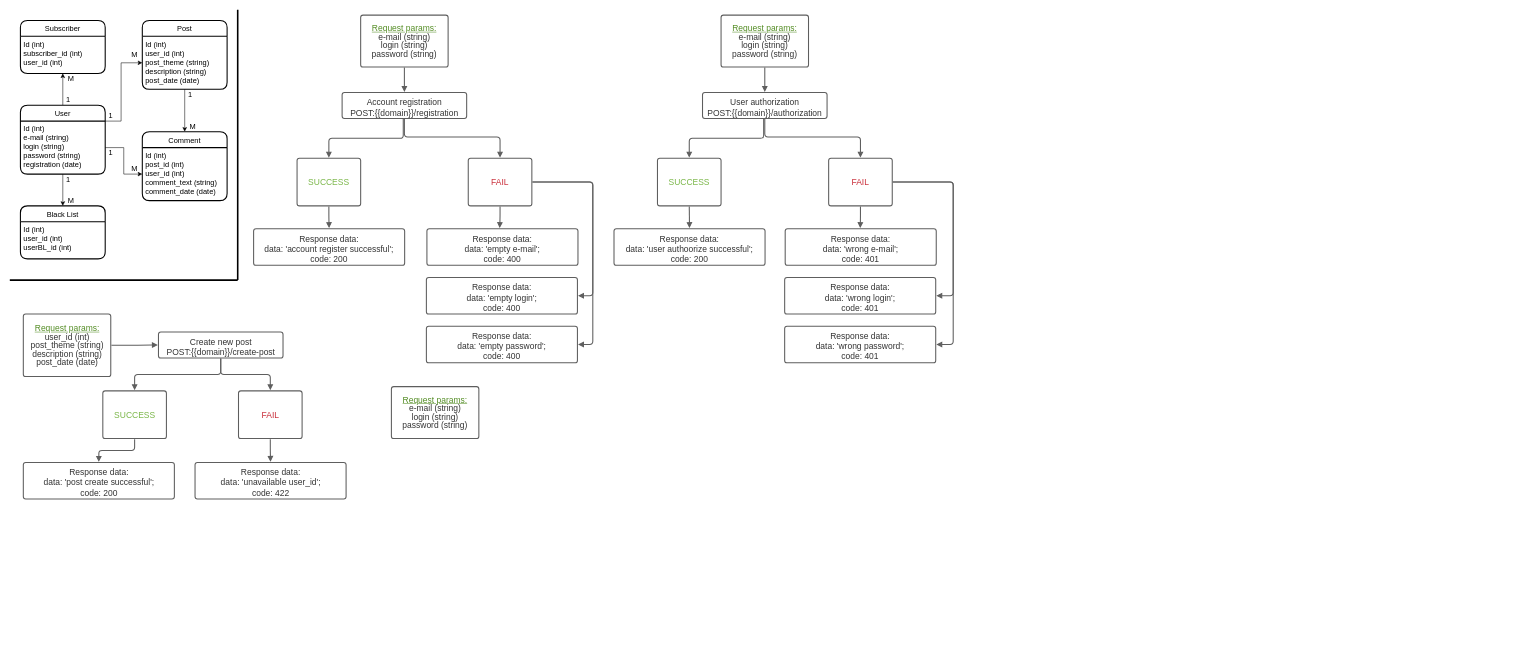
The draw.io diagram Untitled Diagram.drawio in OkGogl/SmartWorld_Exs, before the edit. Source tidied: cells renumbered, new cells numbered last; positions are measured from the earlier drawing's top-left corner, leaving out a move shared by most shapes. Both pictures are drawn from the tidied source at 53%, with x=0, y=0 at pixel (10, 10).
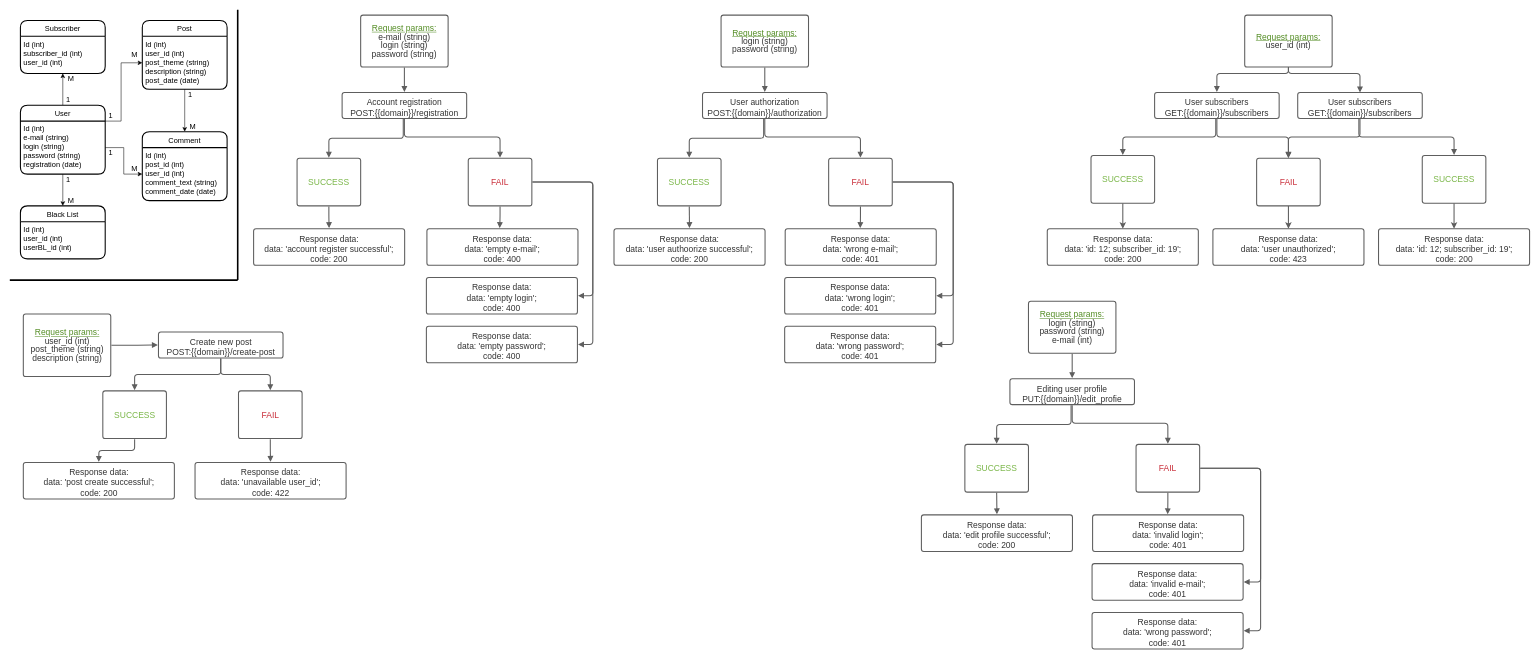
Above is the later version.

Diff of the diagram source:
```diff
@@
-    <mxCell id="44" value="&lt;div style=&quot;display: flex; justify-content: center; text-align: center; align-items: baseline; font-size: 0; line-height: 1;&quot;&gt;&lt;span style=&quot;font-size:11px;&quot;&gt;&lt;span style=&quot;font-size:16px;color:#548d25;text-decoration: underline;&quot;&gt;Request params:&lt;/span&gt;&lt;span style=&quot;font-size:16px;color:#333333;&quot;&gt;&#10;e-mail (string)&#10;login (string)&#10;password (string)&lt;/span&gt;&lt;/span&gt;&lt;/div&gt;" style="html=1;overflow=block;blockSpacing=1;whiteSpace=wrap;whiteSpace=wrap;fontSize=11;spacing=9;strokeColor=#5e5e5e;strokeOpacity=100;rounded=1;absoluteArcSize=1;arcSize=9;strokeWidth=2;" parent="1" vertex="1">
+    <mxCell id="44" value="&lt;div style=&quot;display: flex ; justify-content: center ; text-align: center ; align-items: baseline ; font-size: 0 ; line-height: 1&quot;&gt;&lt;span style=&quot;font-size: 11px&quot;&gt;&lt;span style=&quot;font-size: 16px ; color: #548d25 ; text-decoration: underline&quot;&gt;Request params:&lt;/span&gt;&lt;span style=&quot;font-size: 16px ; color: #333333&quot;&gt;&lt;br&gt;login (string)&lt;br&gt;password (string)&lt;/span&gt;&lt;/span&gt;&lt;/div&gt;" style="html=1;overflow=block;blockSpacing=1;whiteSpace=wrap;whiteSpace=wrap;fontSize=11;spacing=9;strokeColor=#5e5e5e;strokeOpacity=100;rounded=1;absoluteArcSize=1;arcSize=9;strokeWidth=2;" parent="1" vertex="1">
       <mxGeometry x="1342" y="10" width="165" height="98" as="geometry" />
     </mxCell>
@@
-    <mxCell id="59" value="&lt;div style=&quot;display: flex; justify-content: center; text-align: center; align-items: baseline; font-size: 0; line-height: 1;&quot;&gt;&lt;span style=&quot;font-size:11px;&quot;&gt;&lt;span style=&quot;font-size:16px;color:#548d25;text-decoration: underline;&quot;&gt;Request params:&lt;/span&gt;&lt;span style=&quot;font-size:16px;color:#333333;&quot;&gt;&#10;user_id (int)&#10;post_theme (string)&#10;description (string)&#10;post_date (date)&lt;/span&gt;&lt;/span&gt;&lt;/div&gt;" style="html=1;overflow=block;blockSpacing=1;whiteSpace=wrap;whiteSpace=wrap;fontSize=11;spacing=9;strokeColor=#5e5e5e;strokeOpacity=100;rounded=1;absoluteArcSize=1;arcSize=9;strokeWidth=2;" parent="1" vertex="1">
+    <mxCell id="59" value="&lt;div style=&quot;display: flex ; justify-content: center ; text-align: center ; align-items: baseline ; font-size: 0 ; line-height: 1&quot;&gt;&lt;span style=&quot;font-size: 11px&quot;&gt;&lt;span style=&quot;font-size: 16px ; color: #548d25 ; text-decoration: underline&quot;&gt;Request params:&lt;/span&gt;&lt;span style=&quot;font-size: 16px ; color: #333333&quot;&gt;&lt;br&gt;user_id (int)&lt;br&gt;post_theme (string)&lt;br&gt;description (string)&lt;/span&gt;&lt;/span&gt;&lt;/div&gt;" style="html=1;overflow=block;blockSpacing=1;whiteSpace=wrap;whiteSpace=wrap;fontSize=11;spacing=9;strokeColor=#5e5e5e;strokeOpacity=100;rounded=1;absoluteArcSize=1;arcSize=9;strokeWidth=2;" parent="1" vertex="1">
       <mxGeometry x="25.5" y="574" width="165" height="118" as="geometry" />
     </mxCell>
@@
-    <mxCell id="70" value="&lt;div style=&quot;display: flex; justify-content: center; text-align: center; align-items: baseline; font-size: 0; line-height: 1;&quot;&gt;&lt;span style=&quot;font-size:11px;&quot;&gt;&lt;span style=&quot;font-size:16px;color:#548d25;text-decoration: underline;&quot;&gt;Request params:&lt;/span&gt;&lt;span style=&quot;font-size:16px;color:#333333;&quot;&gt;&#10;e-mail (string)&#10;login (string)&#10;password (string)&lt;/span&gt;&lt;/span&gt;&lt;/div&gt;" style="html=1;overflow=block;blockSpacing=1;whiteSpace=wrap;whiteSpace=wrap;fontSize=11;spacing=9;strokeColor=#5e5e5e;strokeOpacity=100;rounded=1;absoluteArcSize=1;arcSize=9;strokeWidth=2;" parent="1" vertex="1">
-      <mxGeometry x="720" y="711" width="165" height="98" as="geometry" />
-    </mxCell>
+    <mxCell id="71" value="&lt;div style=&quot;display: flex ; justify-content: center ; text-align: center ; align-items: baseline ; font-size: 0 ; line-height: 1&quot;&gt;&lt;span style=&quot;font-size: 11px&quot;&gt;&lt;span style=&quot;font-size: 16px ; color: #548d25 ; text-decoration: underline&quot;&gt;Request params:&lt;/span&gt;&lt;span style=&quot;font-size: 16px ; color: #333333&quot;&gt;&lt;br&gt;user_id (int)&lt;/span&gt;&lt;/span&gt;&lt;/div&gt;" style="html=1;overflow=block;blockSpacing=1;whiteSpace=wrap;whiteSpace=wrap;fontSize=11;spacing=9;strokeColor=#5e5e5e;strokeOpacity=100;rounded=1;absoluteArcSize=1;arcSize=9;strokeWidth=2;" parent="1" vertex="1">
+      <mxGeometry x="2330" y="10" width="165" height="98" as="geometry" />
+    </mxCell>
+    <mxCell id="72" value="User subscribers&lt;br&gt;GET:{{domain}}/subscribers" style="html=1;overflow=block;blockSpacing=1;whiteSpace=wrap;whiteSpace=wrap;fontSize=16;fontColor=#333333;spacing=9;strokeColor=#5e5e5e;strokeOpacity=100;rounded=1;absoluteArcSize=1;arcSize=9;strokeWidth=2;" parent="1" vertex="1">
+      <mxGeometry x="2160" y="156" width="235" height="49" as="geometry" />
+    </mxCell>
+    <mxCell id="73" style="html=1;jettySize=18;whiteSpace=wrap;fontSize=11;strokeColor=#5E5E5E;strokeWidth=2;rounded=1;arcSize=12;edgeStyle=orthogonalEdgeStyle;startArrow=none;endArrow=block;endFill=1;exitX=0.5;exitY=1.011;exitPerimeter=0;entryX=0.5;entryY=-0.023;entryPerimeter=0;" parent="1" edge="1" source="71" target="72">
+      <mxGeometry relative="1" as="geometry">
+        <Array as="points">
+          <mxPoint x="2413" y="120" />
+          <mxPoint x="2278" y="120" />
+        </Array>
+      </mxGeometry>
+    </mxCell>
+    <mxCell id="74" style="edgeStyle=orthogonalEdgeStyle;rounded=1;jettySize=auto;html=1;entryX=0.5;entryY=0;entryDx=0;entryDy=0;strokeWidth=2;strokeColor=#5E5E5E;" parent="1" edge="1" source="75" target="80">
+      <mxGeometry relative="1" as="geometry" />
+    </mxCell>
+    <mxCell id="75" value="SUCCESS" style="html=1;overflow=block;blockSpacing=1;whiteSpace=wrap;whiteSpace=wrap;fontSize=16;fontColor=#7ab648;spacing=9;strokeColor=#5e5e5e;strokeOpacity=100;rounded=1;absoluteArcSize=1;arcSize=9;strokeWidth=2;" parent="1" vertex="1">
+      <mxGeometry x="2040" y="275" width="120" height="90" as="geometry" />
+    </mxCell>
+    <mxCell id="76" style="edgeStyle=orthogonalEdgeStyle;rounded=1;jettySize=auto;html=1;entryX=0.5;entryY=0;entryDx=0;entryDy=0;strokeWidth=2;strokeColor=#5e5e5e;" parent="1" edge="1" source="77" target="87">
+      <mxGeometry relative="1" as="geometry" />
+    </mxCell>
+    <mxCell id="77" value="FAIL" style="html=1;overflow=block;blockSpacing=1;whiteSpace=wrap;whiteSpace=wrap;fontSize=16;fontColor=#c92d39;spacing=9;strokeColor=#5e5e5e;strokeOpacity=100;rounded=1;absoluteArcSize=1;arcSize=9;strokeWidth=2;" parent="1" vertex="1">
+      <mxGeometry x="2352.5" y="280" width="120" height="90" as="geometry" />
+    </mxCell>
+    <mxCell id="78" style="html=1;jettySize=18;whiteSpace=wrap;fontSize=11;strokeColor=#5E5E5E;strokeWidth=2;rounded=1;arcSize=12;edgeStyle=orthogonalEdgeStyle;startArrow=none;endArrow=block;endFill=1;exitX=0.491;exitY=1.023;exitPerimeter=0;entryX=0.5;entryY=-0.013;entryPerimeter=0;" parent="1" edge="1" source="72" target="75">
+      <mxGeometry relative="1" as="geometry">
+        <Array as="points">
+          <mxPoint x="2275" y="240" />
+          <mxPoint x="2100" y="240" />
+        </Array>
+      </mxGeometry>
+    </mxCell>
+    <mxCell id="79" style="html=1;jettySize=18;whiteSpace=wrap;fontSize=11;strokeColor=#5E5E5E;strokeWidth=2;rounded=1;arcSize=12;edgeStyle=orthogonalEdgeStyle;startArrow=none;endArrow=block;endFill=1;exitX=0.5;exitY=1.023;exitPerimeter=0;entryX=0.5;entryY=-0.013;entryPerimeter=0;" parent="1" edge="1" source="72" target="77">
+      <mxGeometry relative="1" as="geometry">
+        <Array as="points">
+          <mxPoint x="2278" y="240" />
+          <mxPoint x="2413" y="240" />
+        </Array>
+      </mxGeometry>
+    </mxCell>
+    <mxCell id="80" value="Response data:&lt;br&gt;data: 'id: 12; subscriber_id: 19';&lt;br&gt;code: 200" style="html=1;overflow=block;blockSpacing=1;whiteSpace=wrap;whiteSpace=wrap;fontSize=16;fontColor=#333333;spacing=9;strokeColor=#5e5e5e;strokeOpacity=100;rounded=1;absoluteArcSize=1;arcSize=9;strokeWidth=2;" parent="1" vertex="1">
+      <mxGeometry x="1957.5" y="413" width="285" height="69" as="geometry" />
+    </mxCell>
+    <mxCell id="81" value="User subscribers&lt;br&gt;GET:{{domain}}/subscribers" style="html=1;overflow=block;blockSpacing=1;whiteSpace=wrap;whiteSpace=wrap;fontSize=16;fontColor=#333333;spacing=9;strokeColor=#5e5e5e;strokeOpacity=100;rounded=1;absoluteArcSize=1;arcSize=9;strokeWidth=2;" parent="1" vertex="1">
+      <mxGeometry x="2430" y="156" width="235" height="49" as="geometry" />
+    </mxCell>
+    <mxCell id="82" style="edgeStyle=orthogonalEdgeStyle;rounded=1;jettySize=auto;html=1;strokeColor=#5E5E5E;strokeWidth=2;entryX=0.5;entryY=0;entryDx=0;entryDy=0;" parent="1" edge="1" source="83" target="88">
+      <mxGeometry relative="1" as="geometry" />
+    </mxCell>
+    <mxCell id="83" value="SUCCESS" style="html=1;overflow=block;blockSpacing=1;whiteSpace=wrap;whiteSpace=wrap;fontSize=16;fontColor=#7ab648;spacing=9;strokeColor=#5e5e5e;strokeOpacity=100;rounded=1;absoluteArcSize=1;arcSize=9;strokeWidth=2;" parent="1" vertex="1">
+      <mxGeometry x="2665" y="275" width="120" height="90" as="geometry" />
+    </mxCell>
+    <mxCell id="84" style="html=1;jettySize=18;whiteSpace=wrap;fontSize=11;strokeColor=#5E5E5E;strokeWidth=2;rounded=1;arcSize=12;edgeStyle=orthogonalEdgeStyle;startArrow=none;endArrow=block;endFill=1;exitX=0.491;exitY=1.023;exitPerimeter=0;entryX=0.5;entryY=-0.013;entryPerimeter=0;" parent="1" edge="1" source="81" target="83">
+      <mxGeometry relative="1" as="geometry">
+        <Array as="points">
+          <mxPoint x="2545" y="240" />
+          <mxPoint x="2725" y="240" />
+        </Array>
+      </mxGeometry>
+    </mxCell>
+    <mxCell id="85" style="html=1;jettySize=18;whiteSpace=wrap;fontSize=11;strokeColor=#5E5E5E;strokeWidth=2;rounded=1;arcSize=12;edgeStyle=orthogonalEdgeStyle;startArrow=none;endArrow=block;endFill=1;entryX=0.5;entryY=0;entryDx=0;entryDy=0;exitX=0.5;exitY=1;exitDx=0;exitDy=0;" parent="1" edge="1" source="81" target="77">
+      <mxGeometry relative="1" as="geometry">
+        <Array as="points">
+          <mxPoint x="2548" y="240" />
+          <mxPoint x="2413" y="240" />
+        </Array>
+      </mxGeometry>
+    </mxCell>
+    <mxCell id="86" style="html=1;jettySize=18;whiteSpace=wrap;fontSize=11;strokeColor=#5E5E5E;strokeWidth=2;rounded=1;arcSize=12;edgeStyle=orthogonalEdgeStyle;startArrow=none;endArrow=block;endFill=1;exitX=0.5;exitY=1;exitDx=0;exitDy=0;entryX=0.5;entryY=0;entryDx=0;entryDy=0;" parent="1" edge="1" source="71" target="81">
+      <mxGeometry relative="1" as="geometry">
+        <Array as="points">
+          <mxPoint x="2413" y="120" />
+          <mxPoint x="2548" y="120" />
+        </Array>
+      </mxGeometry>
+    </mxCell>
+    <mxCell id="87" value="Response data:&lt;br&gt;data: 'user unauthorized';&lt;br&gt;code: 423" style="html=1;overflow=block;blockSpacing=1;whiteSpace=wrap;whiteSpace=wrap;fontSize=16;fontColor=#333333;spacing=9;strokeColor=#5e5e5e;strokeOpacity=100;rounded=1;absoluteArcSize=1;arcSize=9;strokeWidth=2;" parent="1" vertex="1">
+      <mxGeometry x="2270" y="413" width="285" height="69" as="geometry" />
+    </mxCell>
+    <mxCell id="88" value="Response data:&lt;br&gt;data: 'id: 12; subscriber_id: 19';&lt;br&gt;code: 200" style="html=1;overflow=block;blockSpacing=1;whiteSpace=wrap;whiteSpace=wrap;fontSize=16;fontColor=#333333;spacing=9;strokeColor=#5e5e5e;strokeOpacity=100;rounded=1;absoluteArcSize=1;arcSize=9;strokeWidth=2;" parent="1" vertex="1">
+      <mxGeometry x="2582.5" y="413" width="285" height="69" as="geometry" />
+    </mxCell>
+    <mxCell id="89" value="&lt;div style=&quot;display: flex ; justify-content: center ; text-align: center ; align-items: baseline ; font-size: 0 ; line-height: 1&quot;&gt;&lt;span style=&quot;font-size: 11px&quot;&gt;&lt;span style=&quot;font-size: 16px ; color: #548d25 ; text-decoration: underline&quot;&gt;Request params:&lt;/span&gt;&lt;span style=&quot;font-size: 16px ; color: #333333&quot;&gt;&lt;br&gt;login (string)&lt;br&gt;password (string)&lt;/span&gt;&lt;/span&gt;&lt;/div&gt;&lt;div style=&quot;display: flex ; justify-content: center ; text-align: center ; align-items: baseline ; font-size: 0 ; line-height: 1&quot;&gt;&lt;span style=&quot;font-size: 11px&quot;&gt;&lt;span style=&quot;font-size: 16px ; color: #333333&quot;&gt;e-mail (int)&lt;br&gt;&lt;/span&gt;&lt;/span&gt;&lt;/div&gt;" style="html=1;overflow=block;blockSpacing=1;whiteSpace=wrap;whiteSpace=wrap;fontSize=11;spacing=9;strokeColor=#5e5e5e;strokeOpacity=100;rounded=1;absoluteArcSize=1;arcSize=9;strokeWidth=2;" parent="1" vertex="1">
+      <mxGeometry x="1922" y="550" width="165" height="98" as="geometry" />
+    </mxCell>
+    <mxCell id="90" value="Editing user profile&lt;br&gt;PUT:{{domain}}/edit_profie" style="html=1;overflow=block;blockSpacing=1;whiteSpace=wrap;whiteSpace=wrap;fontSize=16;fontColor=#333333;spacing=9;strokeColor=#5e5e5e;strokeOpacity=100;rounded=1;absoluteArcSize=1;arcSize=9;strokeWidth=2;" parent="1" vertex="1">
+      <mxGeometry x="1887" y="696" width="235" height="49" as="geometry" />
+    </mxCell>
+    <mxCell id="91" style="html=1;jettySize=18;whiteSpace=wrap;fontSize=11;strokeColor=#5E5E5E;strokeWidth=2;rounded=1;arcSize=12;edgeStyle=orthogonalEdgeStyle;startArrow=none;endArrow=block;endFill=1;exitX=0.5;exitY=1.011;exitPerimeter=0;entryX=0.5;entryY=-0.023;entryPerimeter=0;" parent="1" edge="1" source="89" target="90">
+      <mxGeometry relative="1" as="geometry" />
+    </mxCell>
+    <mxCell id="92" value="SUCCESS" style="html=1;overflow=block;blockSpacing=1;whiteSpace=wrap;whiteSpace=wrap;fontSize=16;fontColor=#7ab648;spacing=9;strokeColor=#5e5e5e;strokeOpacity=100;rounded=1;absoluteArcSize=1;arcSize=9;strokeWidth=2;" parent="1" vertex="1">
+      <mxGeometry x="1802" y="820" width="120" height="90" as="geometry" />
+    </mxCell>
+    <mxCell id="93" value="FAIL" style="html=1;overflow=block;blockSpacing=1;whiteSpace=wrap;whiteSpace=wrap;fontSize=16;fontColor=#c92d39;spacing=9;strokeColor=#5e5e5e;strokeOpacity=100;rounded=1;absoluteArcSize=1;arcSize=9;strokeWidth=2;" parent="1" vertex="1">
+      <mxGeometry x="2125" y="820" width="120" height="90" as="geometry" />
+    </mxCell>
+    <mxCell id="94" style="html=1;jettySize=18;whiteSpace=wrap;fontSize=11;strokeColor=#5E5E5E;strokeWidth=2;rounded=1;arcSize=12;edgeStyle=orthogonalEdgeStyle;startArrow=none;endArrow=block;endFill=1;exitX=0.491;exitY=1.023;exitPerimeter=0;entryX=0.5;entryY=-0.013;entryPerimeter=0;" parent="1" edge="1" source="90" target="92">
+      <mxGeometry relative="1" as="geometry" />
+    </mxCell>
+    <mxCell id="95" style="html=1;jettySize=18;whiteSpace=wrap;fontSize=11;strokeColor=#5E5E5E;strokeWidth=2;rounded=1;arcSize=12;edgeStyle=orthogonalEdgeStyle;startArrow=none;endArrow=block;endFill=1;exitX=0.5;exitY=1.023;exitPerimeter=0;entryX=0.5;entryY=-0.013;entryPerimeter=0;" parent="1" edge="1" source="90" target="93">
+      <mxGeometry relative="1" as="geometry">
+        <Array as="points">
+          <mxPoint x="2005" y="780" />
+          <mxPoint x="2185" y="780" />
+        </Array>
+      </mxGeometry>
+    </mxCell>
+    <mxCell id="96" value="Response data:&lt;br&gt;data: 'edit profile successful';&lt;br&gt;code: 200" style="html=1;overflow=block;blockSpacing=1;whiteSpace=wrap;whiteSpace=wrap;fontSize=16;fontColor=#333333;spacing=9;strokeColor=#5e5e5e;strokeOpacity=100;rounded=1;absoluteArcSize=1;arcSize=9;strokeWidth=2;" parent="1" vertex="1">
+      <mxGeometry x="1720" y="953" width="285" height="69" as="geometry" />
+    </mxCell>
+    <mxCell id="97" style="html=1;jettySize=18;whiteSpace=wrap;fontSize=11;strokeColor=#5E5E5E;strokeWidth=2;rounded=1;arcSize=12;edgeStyle=orthogonalEdgeStyle;startArrow=none;endArrow=block;endFill=1;entryX=0.5;entryY=-0.016;entryPerimeter=0;" parent="1" edge="1" target="96">
+      <mxGeometry relative="1" as="geometry">
+        <mxPoint x="1862" y="911" as="sourcePoint" />
+      </mxGeometry>
+    </mxCell>
+    <mxCell id="98" value="Response data:&lt;br&gt;data: 'invalid e-mail';&lt;br&gt;code: 401" style="html=1;overflow=block;blockSpacing=1;whiteSpace=wrap;whiteSpace=wrap;fontSize=16;fontColor=#333333;spacing=9;strokeColor=#5e5e5e;strokeOpacity=100;rounded=1;absoluteArcSize=1;arcSize=9;strokeWidth=2;" parent="1" vertex="1">
+      <mxGeometry x="2042" y="1045" width="285" height="69" as="geometry" />
+    </mxCell>
+    <mxCell id="99" value="Response data:&#10;data: 'wrong password';&#10;code: 401" style="html=1;overflow=block;blockSpacing=1;whiteSpace=wrap;whiteSpace=wrap;fontSize=16;fontColor=#333333;spacing=9;strokeColor=#5e5e5e;strokeOpacity=100;rounded=1;absoluteArcSize=1;arcSize=9;strokeWidth=2;" parent="1" vertex="1">
+      <mxGeometry x="2042" y="1137" width="285" height="69" as="geometry" />
+    </mxCell>
+    <mxCell id="100" value="Response data:&lt;br&gt;data: 'invalid login';&lt;br&gt;code: 401" style="html=1;overflow=block;blockSpacing=1;whiteSpace=wrap;whiteSpace=wrap;fontSize=16;fontColor=#333333;spacing=9;strokeColor=#5e5e5e;strokeOpacity=100;rounded=1;absoluteArcSize=1;arcSize=9;strokeWidth=2;" parent="1" vertex="1">
+      <mxGeometry x="2043" y="953" width="285" height="69" as="geometry" />
+    </mxCell>
+    <mxCell id="101" style="html=1;jettySize=18;whiteSpace=wrap;fontSize=11;strokeColor=#5E5E5E;strokeWidth=2;rounded=1;arcSize=12;edgeStyle=orthogonalEdgeStyle;startArrow=none;endArrow=block;endFill=1;exitX=0.5;exitY=1.013;exitPerimeter=0;entryX=0.497;entryY=-0.016;entryPerimeter=0;" parent="1" edge="1" source="93" target="100">
+      <mxGeometry relative="1" as="geometry" />
+    </mxCell>
+    <mxCell id="102" style="html=1;jettySize=18;whiteSpace=wrap;fontSize=11;strokeColor=#5E5E5E;strokeWidth=2;rounded=1;arcSize=12;edgeStyle=orthogonalEdgeStyle;startArrow=none;endArrow=block;endFill=1;exitX=1.009;exitY=0.5;exitPerimeter=0;entryX=1.004;entryY=0.5;entryPerimeter=0;" parent="1" edge="1" source="93" target="98">
+      <mxGeometry relative="1" as="geometry">
+        <Array as="points">
+          <mxPoint x="2360" y="865" />
+          <mxPoint x="2360" y="1080" />
+        </Array>
+      </mxGeometry>
+    </mxCell>
+    <mxCell id="103" style="html=1;jettySize=18;whiteSpace=wrap;fontSize=11;strokeColor=#5E5E5E;strokeWidth=2;rounded=1;arcSize=12;edgeStyle=orthogonalEdgeStyle;startArrow=none;endArrow=block;endFill=1;exitX=1.009;exitY=0.5;exitPerimeter=0;entryX=1.004;entryY=0.5;entryPerimeter=0;" parent="1" edge="1" source="93" target="99">
+      <mxGeometry relative="1" as="geometry">
+        <Array as="points">
+          <mxPoint x="2360" y="865" />
+          <mxPoint x="2360" y="1172" />
+        </Array>
+      </mxGeometry>
+    </mxCell>
```
